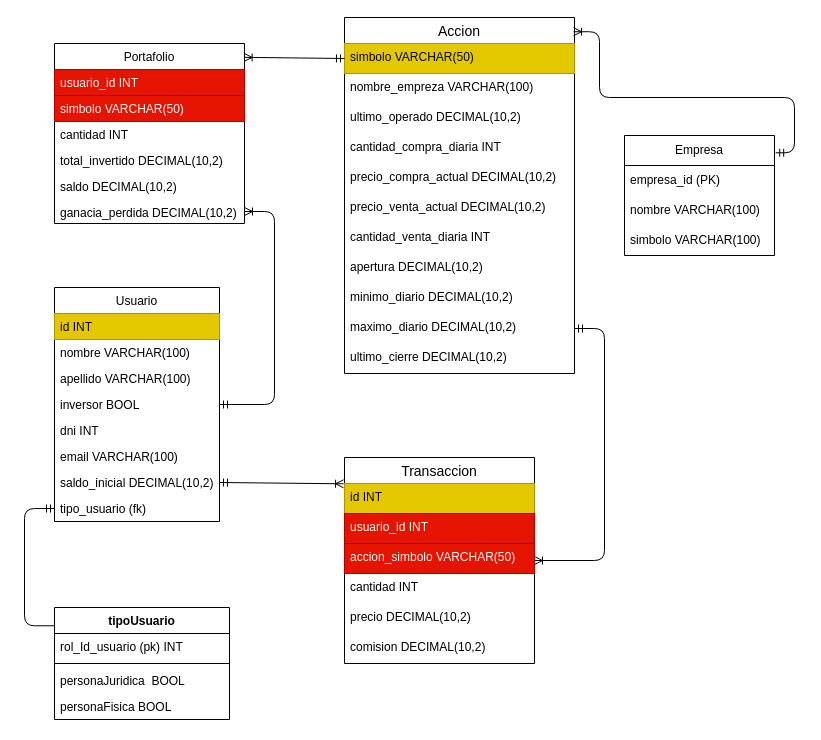
Above: base_de_datos/proyecto.drawio in ispc-team-13/argBrokerDemo (draw.io), before the change. Source tidied: cells renumbered, new cells numbered last; positions are measured from the earlier drawing's top-left corner, leaving out a move shared by most shapes. Both pictures are drawn from the tidied source at 100%, with x=0, y=0 at pixel (24, 17).
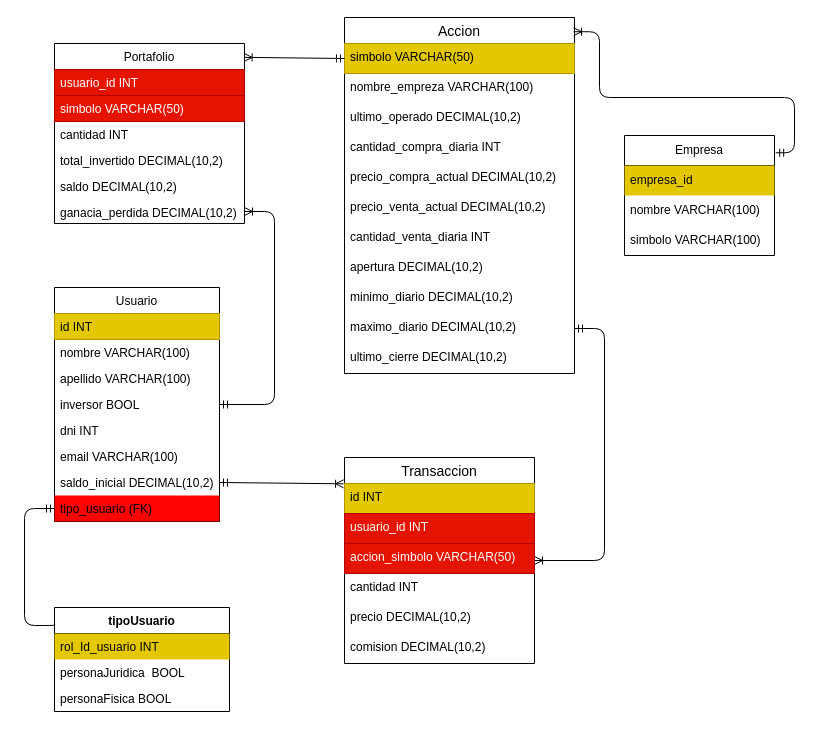
Above is the later version.

Commit message:
Formato de tablas (colores)

Unchanged cells that the change refers to:
```xml
<mxCell id="9" value="Usuario" style="swimlane;fontStyle=0;horizontal=1;startSize=26;fillColor=default;direction=east;" parent="1" vertex="1">
  <mxGeometry x="30" y="270" width="165" height="234" as="geometry" />
</mxCell>
<mxCell id="47" value="Empresa" style="swimlane;fontStyle=0;horizontal=1;startSize=30;whiteSpace=wrap;html=1;" parent="1" vertex="1">
  <mxGeometry x="600" y="118" width="150" height="120" as="geometry" />
</mxCell>
```

Diff of the diagram source:
```diff
@@
-    <mxCell id="17" value="tipo_usuario (fk)" style="text;strokeColor=none;fillColor=none;align=left;verticalAlign=top;spacingLeft=4;spacingRight=4;overflow=hidden;points=[[0,0.5],[1,0.5]];portConstraint=eastwest;" parent="9" vertex="1">
+    <mxCell id="17" value="tipo_usuario (FK)" style="text;strokeColor=none;fillColor=#FF0303;align=left;verticalAlign=top;spacingLeft=4;spacingRight=4;overflow=hidden;points=[[0,0.5],[1,0.5]];portConstraint=eastwest;" parent="9" vertex="1">
       <mxGeometry y="208" width="165" height="26" as="geometry" />
     </mxCell>
@@
     <mxCell id="41" value="tipoUsuario" style="swimlane;fontStyle=1;align=center;verticalAlign=top;horizontal=1;startSize=26;" parent="1" vertex="1">
-      <mxGeometry x="30" y="590" width="175" height="112" as="geometry" />
+      <mxGeometry x="30" y="590" width="175" height="104" as="geometry" />
     </mxCell>
-    <mxCell id="42" value="rol_Id_usuario (pk) INT" style="text;strokeColor=none;fillColor=none;align=left;verticalAlign=top;spacingLeft=4;spacingRight=4;overflow=hidden;" parent="41" vertex="1">
+    <mxCell id="42" value="rol_Id_usuario INT" style="text;strokeColor=none;fillColor=#e3c800;align=left;verticalAlign=top;spacingLeft=4;spacingRight=4;overflow=hidden;fontColor=#050505;" parent="41" vertex="1">
       <mxGeometry y="26" width="175" height="26" as="geometry" />
     </mxCell>
-    <mxCell id="43" style="line;strokeWidth=1;fillColor=none;align=left;verticalAlign=middle;spacingTop=-1;spacingLeft=3;spacingRight=3;labelPosition=right;strokeColor=inherit;" parent="41" vertex="1">
-      <mxGeometry y="52" width="175" height="8" as="geometry" />
-    </mxCell>
     <mxCell id="44" value="personaJuridica  BOOL" style="text;strokeColor=none;fillColor=none;align=left;verticalAlign=top;spacingLeft=4;spacingRight=4;overflow=hidden;" parent="41" vertex="1">
-      <mxGeometry y="60" width="175" height="26" as="geometry" />
+      <mxGeometry y="52" width="175" height="26" as="geometry" />
     </mxCell>
     <mxCell id="45" value="personaFisica BOOL" style="text;strokeColor=none;fillColor=none;align=left;verticalAlign=top;spacingLeft=4;spacingRight=4;overflow=hidden;" parent="41" vertex="1">
-      <mxGeometry y="86" width="175" height="26" as="geometry" />
+      <mxGeometry y="78" width="175" height="26" as="geometry" />
     </mxCell>
@@
-    <mxCell id="48" value="empresa_id (PK)" style="text;strokeColor=none;fillColor=none;align=left;verticalAlign=middle;spacingLeft=4;spacingRight=4;overflow=hidden;whiteSpace=wrap;html=1;" parent="47" vertex="1">
+    <mxCell id="48" value="&lt;font color=&quot;#050505&quot;&gt;empresa_id&lt;/font&gt;" style="text;strokeColor=none;fillColor=#e3c800;align=left;verticalAlign=middle;spacingLeft=4;spacingRight=4;overflow=hidden;whiteSpace=wrap;html=1;" parent="47" vertex="1">
       <mxGeometry y="30" width="150" height="30" as="geometry" />
     </mxCell>
```
